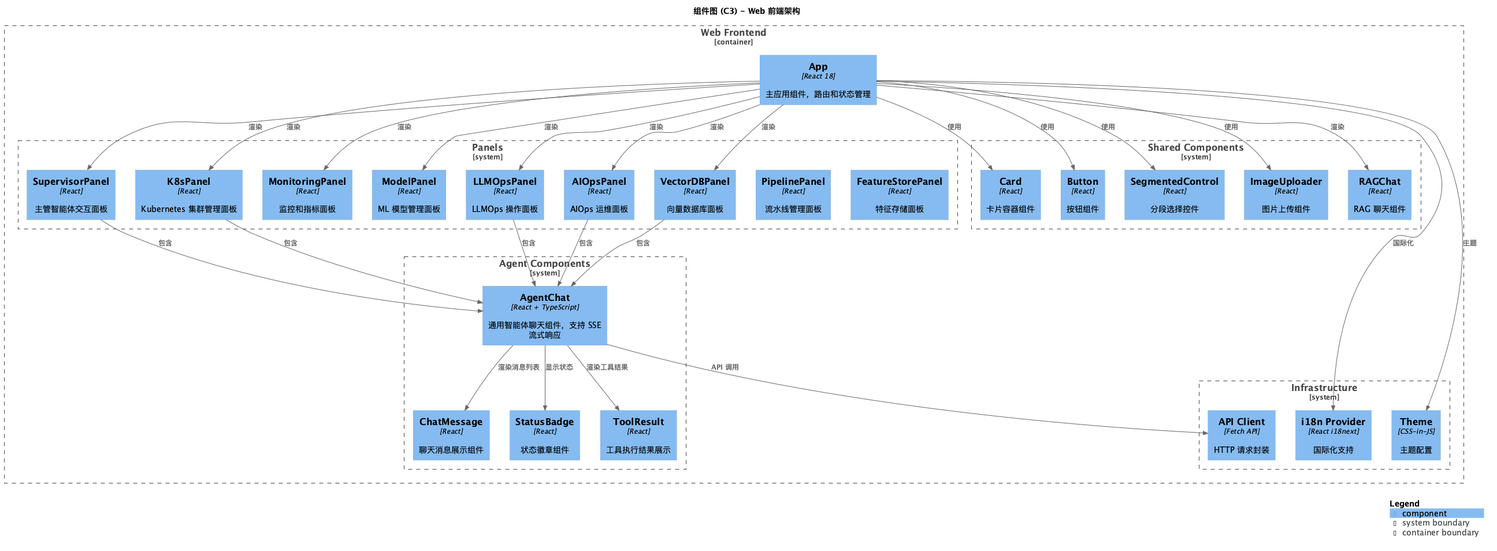
Above: docs/c4/png/C4-Component-Frontend.png in felixzhu97/ai-test (PlantUML), before the change. The source it was exported from:
```plantuml
@startuml C4-Component-Frontend
!include https://raw.githubusercontent.com/plantuml-stdlib/C4-PlantUML/master/C4_Component.puml

LAYOUT_WITH_LEGEND()

title 组件图 (C3) - Web 前端架构

Container_Boundary(frontend, "Web Frontend") {

    Component(app, "App", "React 18", "主应用组件，路由和状态管理")

    System_Boundary(panels, "Panels") {
        Component(supervisor_panel, "SupervisorPanel", "React", "主管智能体交互面板")
        Component(k8s_panel, "K8sPanel", "React", "Kubernetes 集群管理面板")
        Component(monitoring_panel, "MonitoringPanel", "React", "监控和指标面板")
        Component(model_panel, "ModelPanel", "React", "ML 模型管理面板")
        Component(llmops_panel, "LLMOpsPanel", "React", "LLMOps 操作面板")
        Component(aiops_panel, "AIOpsPanel", "React", "AIOps 运维面板")
        Component(vectordb_panel, "VectorDBPanel", "React", "向量数据库面板")
        Component(pipeline_panel, "PipelinePanel", "React", "流水线管理面板")
        Component(feature_panel, "FeatureStorePanel", "React", "特征存储面板")
    }

    System_Boundary(agents, "Agent Components") {
        Component(agent_chat, "AgentChat", "React + TypeScript", "通用智能体聊天组件，支持 SSE 流式响应")
        Component(chat_message, "ChatMessage", "React", "聊天消息展示组件")
        Component(status_badge, "StatusBadge", "React", "状态徽章组件")
        Component(tool_result, "ToolResult", "React", "工具执行结果展示")
    }

    System_Boundary(shared, "Shared Components") {
        Component(card, "Card", "React", "卡片容器组件")
        Component(button, "Button", "React", "按钮组件")
        Component(segmented_control, "SegmentedControl", "React", "分段选择控件")
        Component(image_uploader, "ImageUploader", "React", "图片上传组件")
        Component(rag_chat, "RAGChat", "React", "RAG 聊天组件")
    }

    System_Boundary(infrastructure, "Infrastructure") {
        Component(i18n, "i18n Provider", "React i18next", "国际化支持")
        Component(theme, "Theme", "CSS-in-JS", "主题配置")
        Component(api_client, "API Client", "Fetch API", "HTTP 请求封装")
    }
}

Rel(app, supervisor_panel, "渲染")
Rel(app, k8s_panel, "渲染")
Rel(app, monitoring_panel, "渲染")
Rel(app, model_panel, "渲染")
Rel(app, llmops_panel, "渲染")
Rel(app, aiops_panel, "渲染")
Rel(app, vectordb_panel, "渲染")

Rel(supervisor_panel, agent_chat, "包含")
Rel(k8s_panel, agent_chat, "包含")
Rel(aiops_panel, agent_chat, "包含")
Rel(llmops_panel, agent_chat, "包含")
Rel(vectordb_panel, agent_chat, "包含")

Rel(agent_chat, chat_message, "渲染消息列表")
Rel(agent_chat, tool_result, "渲染工具结果")
Rel(agent_chat, status_badge, "显示状态")

Rel(agent_chat, api_client, "API 调用")

Rel(app, card, "使用")
Rel(app, button, "使用")
Rel(app, segmented_control, "使用")
Rel(app, image_uploader, "使用")
Rel(app, rag_chat, "渲染")

Rel(app, i18n, "国际化")
Rel(app, theme, "主题")

SHOW_LEGEND()
@enduml
```
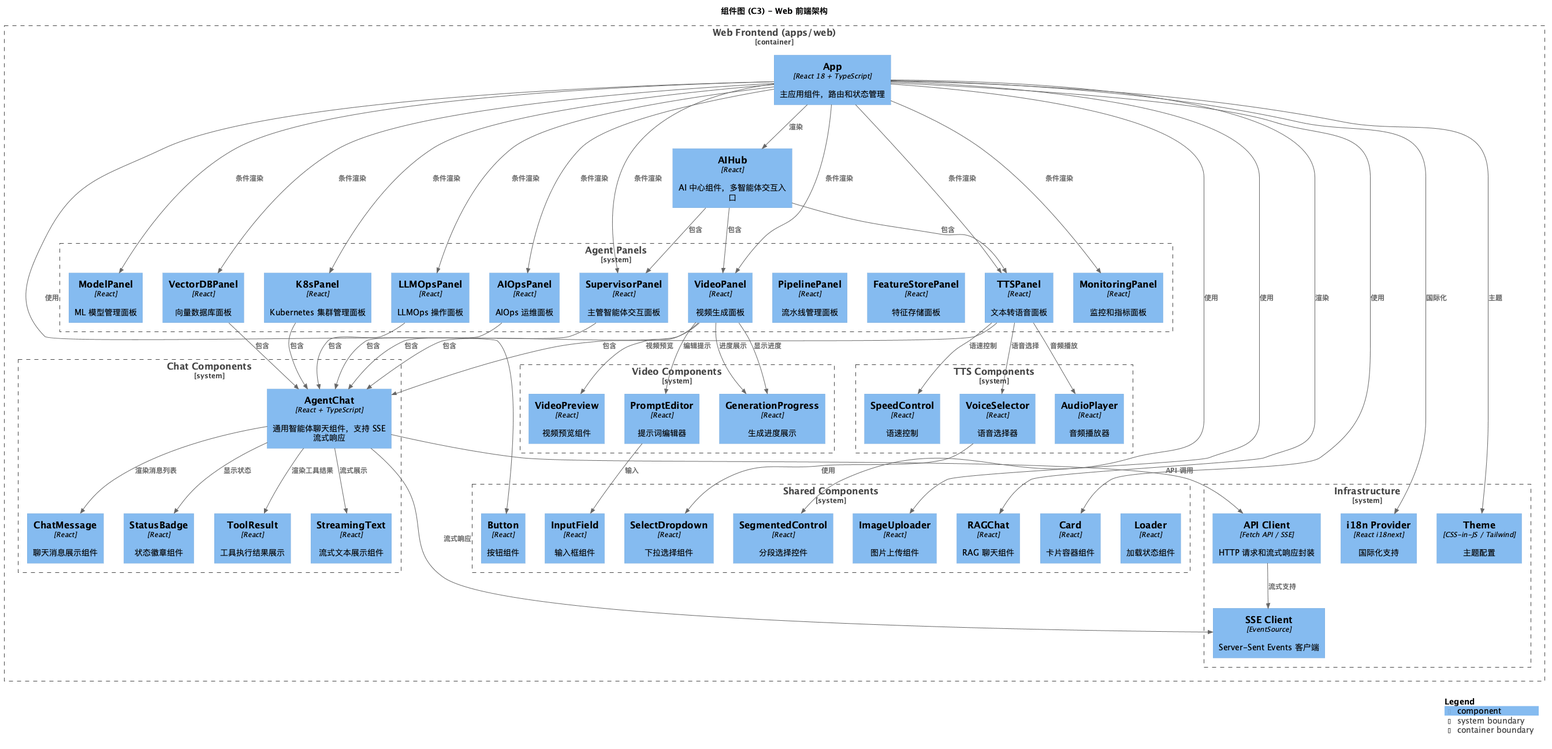
After the commit.

The edit, as a diff of the source:
```diff
@@ -5,11 +5,12 @@
 
 title 组件图 (C3) - Web 前端架构
 
-Container_Boundary(frontend, "Web Frontend") {
+Container_Boundary(frontend, "Web Frontend (apps/web)") {
 
-    Component(app, "App", "React 18", "主应用组件，路由和状态管理")
+    Component(app, "App", "React 18 + TypeScript", "主应用组件，路由和状态管理")
+    Component(ai_hub, "AIHub", "React", "AI 中心组件，多智能体交互入口")
 
-    System_Boundary(panels, "Panels") {
+    System_Boundary(panels, "Agent Panels") {
         Component(supervisor_panel, "SupervisorPanel", "React", "主管智能体交互面板")
         Component(k8s_panel, "K8sPanel", "React", "Kubernetes 集群管理面板")
         Component(monitoring_panel, "MonitoringPanel", "React", "监控和指标面板")
@@ -19,13 +20,16 @@
         Component(vectordb_panel, "VectorDBPanel", "React", "向量数据库面板")
         Component(pipeline_panel, "PipelinePanel", "React", "流水线管理面板")
         Component(feature_panel, "FeatureStorePanel", "React", "特征存储面板")
+        Component(tts_panel, "TTSPanel", "React", "文本转语音面板")
+        Component(video_panel, "VideoPanel", "React", "视频生成面板")
     }
 
-    System_Boundary(agents, "Agent Components") {
+    System_Boundary(chat_components, "Chat Components") {
         Component(agent_chat, "AgentChat", "React + TypeScript", "通用智能体聊天组件，支持 SSE 流式响应")
         Component(chat_message, "ChatMessage", "React", "聊天消息展示组件")
         Component(status_badge, "StatusBadge", "React", "状态徽章组件")
         Component(tool_result, "ToolResult", "React", "工具执行结果展示")
+        Component(streaming_text, "StreamingText", "React", "流式文本展示组件")
     }
 
     System_Boundary(shared, "Shared Components") {
@@ -34,34 +38,64 @@
         Component(segmented_control, "SegmentedControl", "React", "分段选择控件")
         Component(image_uploader, "ImageUploader", "React", "图片上传组件")
         Component(rag_chat, "RAGChat", "React", "RAG 聊天组件")
+        Component(input_field, "InputField", "React", "输入框组件")
+        Component(select_dropdown, "SelectDropdown", "React", "下拉选择组件")
+        Component(loader, "Loader", "React", "加载状态组件")
+    }
+
+    System_Boundary(tts_components, "TTS Components") {
+        Component(voice_selector, "VoiceSelector", "React", "语音选择器")
+        Component(audio_player, "AudioPlayer", "React", "音频播放器")
+        Component(speed_control, "SpeedControl", "React", "语速控制")
+    }
+
+    System_Boundary(video_components, "Video Components") {
+        Component(video_preview, "VideoPreview", "React", "视频预览组件")
+        Component(prompt_editor, "PromptEditor", "React", "提示词编辑器")
+        Component(generation_progress, "GenerationProgress", "React", "生成进度展示")
     }
 
     System_Boundary(infrastructure, "Infrastructure") {
         Component(i18n, "i18n Provider", "React i18next", "国际化支持")
-        Component(theme, "Theme", "CSS-in-JS", "主题配置")
-        Component(api_client, "API Client", "Fetch API", "HTTP 请求封装")
+        Component(theme, "Theme", "CSS-in-JS / Tailwind", "主题配置")
+        Component(api_client, "API Client", "Fetch API / SSE", "HTTP 请求和流式响应封装")
+        Component(sse_client, "SSE Client", "EventSource", "Server-Sent Events 客户端")
     }
 }
 
-Rel(app, supervisor_panel, "渲染")
-Rel(app, k8s_panel, "渲染")
-Rel(app, monitoring_panel, "渲染")
-Rel(app, model_panel, "渲染")
-Rel(app, llmops_panel, "渲染")
-Rel(app, aiops_panel, "渲染")
-Rel(app, vectordb_panel, "渲染")
+Rel(app, ai_hub, "渲染")
+Rel(app, supervisor_panel, "条件渲染")
+Rel(app, k8s_panel, "条件渲染")
+Rel(app, monitoring_panel, "条件渲染")
+Rel(app, model_panel, "条件渲染")
+Rel(app, llmops_panel, "条件渲染")
+Rel(app, aiops_panel, "条件渲染")
+Rel(app, vectordb_panel, "条件渲染")
+Rel(app, tts_panel, "条件渲染")
+Rel(app, video_panel, "条件渲染")
+
+Rel(ai_hub, supervisor_panel, "包含")
+Rel(ai_hub, tts_panel, "包含")
+Rel(ai_hub, video_panel, "包含")
 
 Rel(supervisor_panel, agent_chat, "包含")
 Rel(k8s_panel, agent_chat, "包含")
 Rel(aiops_panel, agent_chat, "包含")
 Rel(llmops_panel, agent_chat, "包含")
 Rel(vectordb_panel, agent_chat, "包含")
+Rel(tts_panel, agent_chat, "包含")
+Rel(video_panel, agent_chat, "包含")
 
 Rel(agent_chat, chat_message, "渲染消息列表")
 Rel(agent_chat, tool_result, "渲染工具结果")
 Rel(agent_chat, status_badge, "显示状态")
+Rel(agent_chat, streaming_text, "流式展示")
 
 Rel(agent_chat, api_client, "API 调用")
+Rel(agent_chat, sse_client, "流式响应")
+Rel(tts_panel, audio_player, "音频播放")
+Rel(video_panel, video_preview, "视频预览")
+Rel(video_panel, generation_progress, "进度展示")
 
 Rel(app, card, "使用")
 Rel(app, button, "使用")
@@ -69,8 +103,17 @@
 Rel(app, image_uploader, "使用")
 Rel(app, rag_chat, "渲染")
 
+Rel(tts_panel, voice_selector, "语音选择")
+Rel(tts_panel, speed_control, "语速控制")
+Rel(voice_selector, select_dropdown, "使用")
+
+Rel(video_panel, prompt_editor, "编辑提示")
+Rel(video_panel, generation_progress, "显示进度")
+Rel(prompt_editor, input_field, "输入")
+
 Rel(app, i18n, "国际化")
 Rel(app, theme, "主题")
+Rel(api_client, sse_client, "流式支持")
 
 SHOW_LEGEND()
 @enduml
```
